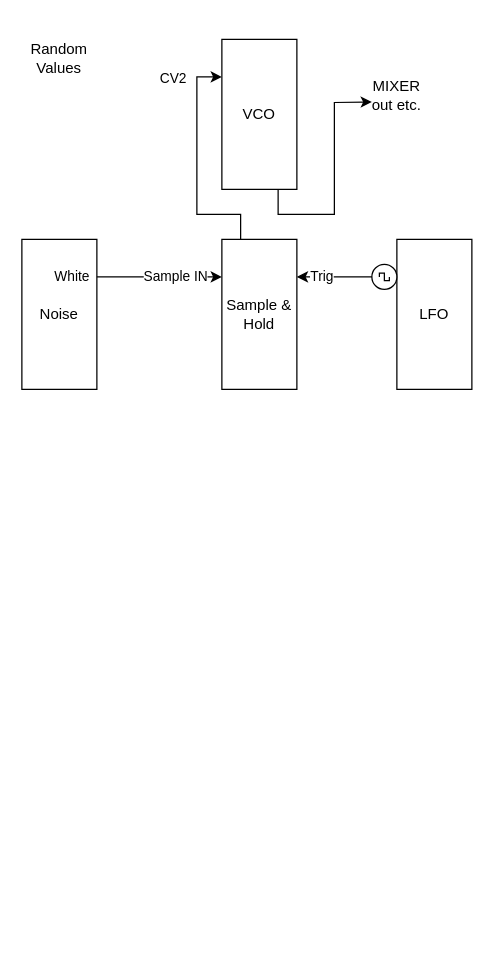
This is 05-Analog-Synthesis/02-Sample&Hold/Sample & Hold .drawio from SEM-Mozarteum/sem-meko, a draw.io file, before an edit. Source tidied: cells renumbered, new cells numbered last; positions are measured from the earlier drawing's top-left corner, leaving out a move shared by most shapes. Both pictures are drawn from the tidied source at 125%, with x=0, y=0 at pixel (21, 39).
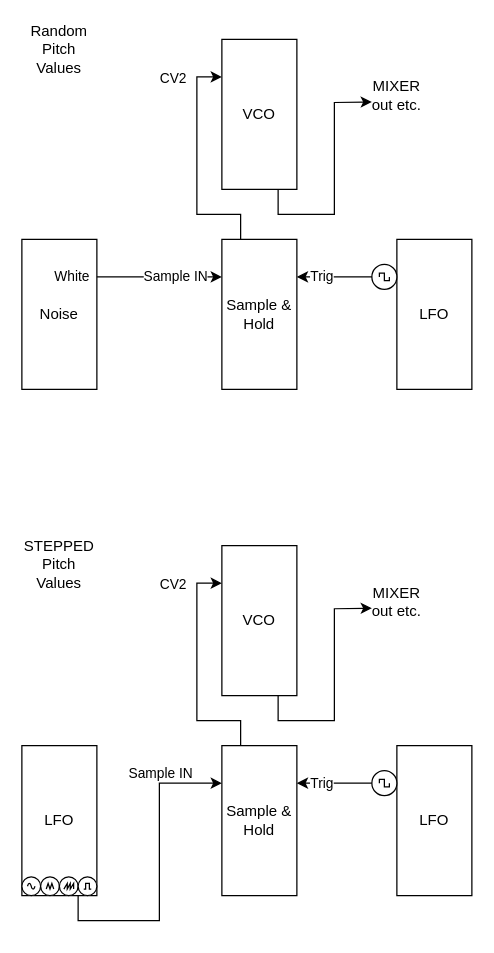
Above is the later version.

What changed in the source:
```diff
@@
-    <mxCell id="14" value="Random Values" style="text;html=1;whiteSpace=wrap;strokeColor=none;fillColor=none;align=center;verticalAlign=middle;rounded=0;" parent="1" vertex="1">
+    <mxCell id="14" value="Random Pitch&lt;br&gt;&lt;div&gt;Values&lt;/div&gt;&lt;div&gt;&lt;br&gt;&lt;/div&gt;" style="text;html=1;whiteSpace=wrap;strokeColor=none;fillColor=none;align=center;verticalAlign=middle;rounded=0;" parent="1" vertex="1">
       <mxGeometry width="60" height="30" as="geometry" />
     </mxCell>
+    <mxCell id="15" style="edgeStyle=orthogonalEdgeStyle;rounded=0;jettySize=auto;html=1;exitX=0;exitY=0.75;exitDx=0;exitDy=0;entryX=0.25;entryY=1;entryDx=0;entryDy=0;" parent="1" edge="1" source="17" target="22">
+      <mxGeometry relative="1" as="geometry" />
+    </mxCell>
+    <mxCell id="16" value="CV2" style="edgeLabel;html=1;align=center;verticalAlign=middle;" parent="15" vertex="1">
+      <mxGeometry x="0.78" y="1" relative="1" as="geometry">
+        <mxPoint x="-20" y="1" as="offset" />
+      </mxGeometry>
+    </mxCell>
+    <mxCell id="17" value="Sample &amp;amp; Hold" style="rounded=0;whiteSpace=wrap;html=1;direction=south;" parent="1" vertex="1">
+      <mxGeometry x="160" y="565" width="60" height="120" as="geometry" />
+    </mxCell>
+    <mxCell id="18" value="Trig" style="edgeStyle=orthogonalEdgeStyle;rounded=0;jettySize=auto;html=1;exitX=0.25;exitY=1;exitDx=0;exitDy=0;entryX=0.25;entryY=0;entryDx=0;entryDy=0;" parent="1" edge="1" source="19" target="17">
+      <mxGeometry x="0.5" relative="1" as="geometry" />
+    </mxCell>
+    <mxCell id="19" value="LFO" style="rounded=0;whiteSpace=wrap;html=1;direction=south;" parent="1" vertex="1">
+      <mxGeometry x="300" y="565" width="60" height="120" as="geometry" />
+    </mxCell>
+    <mxCell id="20" value="LFO" style="rounded=0;whiteSpace=wrap;html=1;direction=south;" parent="1" vertex="1">
+      <mxGeometry y="565" width="60" height="120" as="geometry" />
+    </mxCell>
+    <mxCell id="21" style="edgeStyle=orthogonalEdgeStyle;rounded=0;jettySize=auto;html=1;exitX=1;exitY=0.25;exitDx=0;exitDy=0;" parent="1" edge="1" source="22">
+      <mxGeometry relative="1" as="geometry">
+        <mxPoint x="280" y="455" as="targetPoint" />
+      </mxGeometry>
+    </mxCell>
+    <mxCell id="22" value="VCO" style="rounded=0;whiteSpace=wrap;html=1;direction=south;" parent="1" vertex="1">
+      <mxGeometry x="160" y="405" width="60" height="120" as="geometry" />
+    </mxCell>
+    <mxCell id="23" style="edgeStyle=orthogonalEdgeStyle;rounded=0;jettySize=auto;html=1;exitX=1;exitY=0.25;exitDx=0;exitDy=0;entryX=0.25;entryY=1;entryDx=0;entryDy=0;" parent="1" edge="1" source="20" target="17">
+      <mxGeometry x="-1" y="-20" relative="1" as="geometry">
+        <mxPoint x="-20" y="-20" as="offset" />
+      </mxGeometry>
+    </mxCell>
+    <mxCell id="24" value="Sample IN" style="edgeLabel;html=1;align=center;verticalAlign=middle;" parent="23" vertex="1">
+      <mxGeometry x="0.56" y="1" relative="1" as="geometry">
+        <mxPoint x="1" y="-13" as="offset" />
+      </mxGeometry>
+    </mxCell>
+    <mxCell id="25" style="verticalLabelPosition=bottom;shadow=0;dashed=0;align=center;html=1;verticalAlign=top;shape=mxgraph.electrical.signal_sources.source;elSignalType=square;" parent="1" vertex="1">
+      <mxGeometry x="280" y="585" width="20" height="20" as="geometry" />
+    </mxCell>
+    <mxCell id="26" value="MIXER out etc." style="text;html=1;whiteSpace=wrap;strokeColor=none;fillColor=none;align=center;verticalAlign=middle;rounded=0;" parent="1" vertex="1">
+      <mxGeometry x="270" y="435" width="60" height="30" as="geometry" />
+    </mxCell>
+    <mxCell id="27" value="STEPPED&lt;br&gt;Pitch&lt;br&gt;Values" style="text;html=1;whiteSpace=wrap;strokeColor=none;fillColor=none;align=center;verticalAlign=middle;rounded=0;" parent="1" vertex="1">
+      <mxGeometry y="405" width="60" height="30" as="geometry" />
+    </mxCell>
+    <mxCell id="28" style="verticalLabelPosition=bottom;shadow=0;dashed=0;align=center;html=1;verticalAlign=top;shape=mxgraph.electrical.signal_sources.source;elSignalType=ac;" parent="1" vertex="1">
+      <mxGeometry y="670" width="15" height="15" as="geometry" />
+    </mxCell>
+    <mxCell id="29" style="verticalLabelPosition=bottom;shadow=0;dashed=0;align=center;html=1;verticalAlign=top;shape=mxgraph.electrical.signal_sources.source;elSignalType=triangular;" parent="1" vertex="1">
+      <mxGeometry x="15" y="670" width="15" height="15" as="geometry" />
+    </mxCell>
+    <mxCell id="30" style="verticalLabelPosition=bottom;shadow=0;dashed=0;align=center;html=1;verticalAlign=top;shape=mxgraph.electrical.signal_sources.source;elSignalType=sawtooth;" parent="1" vertex="1">
+      <mxGeometry x="30" y="670" width="15" height="15" as="geometry" />
+    </mxCell>
+    <mxCell id="31" style="verticalLabelPosition=bottom;shadow=0;dashed=0;align=center;html=1;verticalAlign=top;shape=mxgraph.electrical.signal_sources.source;elSignalType=pulse;" parent="1" vertex="1">
+      <mxGeometry x="45" y="670" width="15" height="15" as="geometry" />
+    </mxCell>
```
